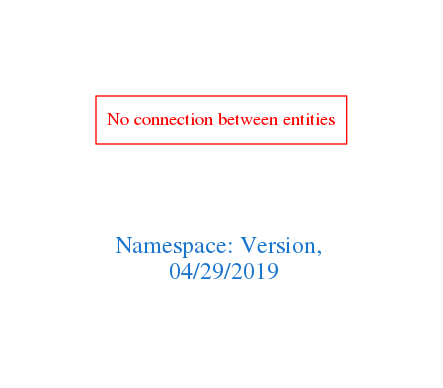
This is downloads/Version.png from arago/OGIT, a Graphviz export, as it was before one commit. Its source is kept beside it as downloads/Version.dot.
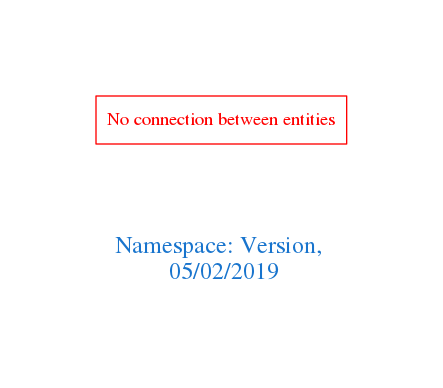
The same diagram one commit later.

What changed in the source:
```diff
@@ -1,7 +1,7 @@
 digraph OGIT_ontology {
  graph [ rankdir= LR,pad=1
 fontsize = 18,
-fontcolor= dodgerblue3,label = "\n\n\nNamespace: Version, \n 04/29/2019"];
+fontcolor= dodgerblue3,label = "\n\n\nNamespace: Version, \n 05/02/2019"];
 node[shape=polygon];
 edge [  color="gray81"];
 
```
